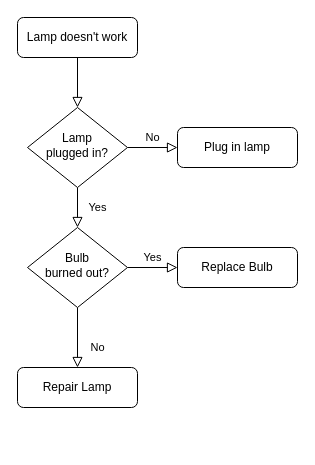
Above: 未命名绘图.drawio in chendong-1/draw (draw.io), before the change. Source tidied: cells renumbered, new cells numbered last; positions are measured from the earlier drawing's top-left corner, leaving out a move shared by most shapes. Both pictures are drawn from the tidied source at 100%, with x=0, y=0 at pixel (17, 17).
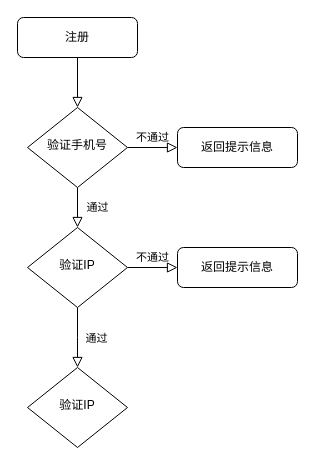
The same page after the edit.

What changed in the source:
```diff
@@
 <mxGraphModel>
   <root>
     <mxCell id="0" />
     <mxCell id="1" parent="0" />
     <mxCell id="2" style="rounded=0;html=1;jettySize=auto;fontSize=11;endArrow=block;endFill=0;endSize=8;strokeWidth=1;shadow=0;labelBackgroundColor=none;edgeStyle=orthogonalEdgeStyle;" parent="1" edge="1" source="3" target="6">
       <mxGeometry relative="1" as="geometry" />
     </mxCell>
-    <mxCell id="3" value="Lamp doesn't work" style="rounded=1;whiteSpace=wrap;html=1;fontSize=12;glass=0;strokeWidth=1;shadow=0;" parent="1" vertex="1">
+    <mxCell id="3" value="注册" style="rounded=1;whiteSpace=wrap;html=1;fontSize=12;glass=0;strokeWidth=1;shadow=0;" parent="1" vertex="1">
       <mxGeometry width="120" height="40" as="geometry" />
     </mxCell>
-    <mxCell id="4" value="Yes" style="rounded=0;html=1;jettySize=auto;fontSize=11;endArrow=block;endFill=0;endSize=8;strokeWidth=1;shadow=0;labelBackgroundColor=none;edgeStyle=orthogonalEdgeStyle;" parent="1" edge="1" source="6" target="10">
+    <mxCell id="4" value="通过" style="rounded=0;html=1;jettySize=auto;fontSize=11;endArrow=block;endFill=0;endSize=8;strokeWidth=1;shadow=0;labelBackgroundColor=none;edgeStyle=orthogonalEdgeStyle;" parent="1" edge="1" source="6" target="10">
       <mxGeometry y="20" relative="1" as="geometry" />
     </mxCell>
-    <mxCell id="5" value="No" style="edgeStyle=orthogonalEdgeStyle;rounded=0;html=1;jettySize=auto;fontSize=11;endArrow=block;endFill=0;endSize=8;strokeWidth=1;shadow=0;labelBackgroundColor=none;" parent="1" edge="1" source="6" target="7">
+    <mxCell id="5" value="不通过" style="edgeStyle=orthogonalEdgeStyle;rounded=0;html=1;jettySize=auto;fontSize=11;endArrow=block;endFill=0;endSize=8;strokeWidth=1;shadow=0;labelBackgroundColor=none;" parent="1" edge="1" source="6" target="7">
       <mxGeometry y="10" relative="1" as="geometry" />
     </mxCell>
-    <mxCell id="6" value="Lamp&lt;br&gt;plugged in?" style="rhombus;whiteSpace=wrap;html=1;shadow=0;fontFamily=Helvetica;fontSize=12;align=center;strokeWidth=1;spacing=6;spacingTop=-4;" parent="1" vertex="1">
+    <mxCell id="6" value="验证手机号" style="rhombus;whiteSpace=wrap;html=1;shadow=0;fontFamily=Helvetica;fontSize=12;align=center;strokeWidth=1;spacing=6;spacingTop=-4;" parent="1" vertex="1">
       <mxGeometry x="10" y="90" width="100" height="80" as="geometry" />
     </mxCell>
-    <mxCell id="7" value="Plug in lamp" style="rounded=1;whiteSpace=wrap;html=1;fontSize=12;glass=0;strokeWidth=1;shadow=0;" parent="1" vertex="1">
+    <mxCell id="7" value="返回提示信息" style="rounded=1;whiteSpace=wrap;html=1;fontSize=12;glass=0;strokeWidth=1;shadow=0;" parent="1" vertex="1">
       <mxGeometry x="160" y="110" width="120" height="40" as="geometry" />
     </mxCell>
-    <mxCell id="8" value="No" style="rounded=0;html=1;jettySize=auto;fontSize=11;endArrow=block;endFill=0;endSize=8;strokeWidth=1;shadow=0;labelBackgroundColor=none;edgeStyle=orthogonalEdgeStyle;" parent="1" edge="1" source="10" target="11">
-      <mxGeometry x="0.33" y="20" relative="1" as="geometry" />
+    <mxCell id="8" value="通过" style="rounded=0;html=1;jettySize=auto;fontSize=11;endArrow=block;endFill=0;endSize=8;strokeWidth=1;shadow=0;labelBackgroundColor=none;edgeStyle=orthogonalEdgeStyle;" parent="1" edge="1" source="10">
+      <mxGeometry x="0.01" y="19" relative="1" as="geometry">
+        <mxPoint x="60" y="350" as="targetPoint" />
+      </mxGeometry>
     </mxCell>
-    <mxCell id="9" value="Yes" style="edgeStyle=orthogonalEdgeStyle;rounded=0;html=1;jettySize=auto;fontSize=11;endArrow=block;endFill=0;endSize=8;strokeWidth=1;shadow=0;labelBackgroundColor=none;" parent="1" edge="1" source="10" target="12">
+    <mxCell id="9" value="不通过" style="edgeStyle=orthogonalEdgeStyle;rounded=0;html=1;jettySize=auto;fontSize=11;endArrow=block;endFill=0;endSize=8;strokeWidth=1;shadow=0;labelBackgroundColor=none;" parent="1" edge="1" source="10" target="12">
       <mxGeometry y="10" relative="1" as="geometry" />
     </mxCell>
-    <mxCell id="10" value="Bulb&lt;br&gt;burned out?" style="rhombus;whiteSpace=wrap;html=1;shadow=0;fontFamily=Helvetica;fontSize=12;align=center;strokeWidth=1;spacing=6;spacingTop=-4;" parent="1" vertex="1">
+    <mxCell id="10" value="验证IP" style="rhombus;whiteSpace=wrap;html=1;shadow=0;fontFamily=Helvetica;fontSize=12;align=center;strokeWidth=1;spacing=6;spacingTop=-4;" parent="1" vertex="1">
       <mxGeometry x="10" y="210" width="100" height="80" as="geometry" />
     </mxCell>
-    <mxCell id="11" value="Repair Lamp" style="rounded=1;whiteSpace=wrap;html=1;fontSize=12;glass=0;strokeWidth=1;shadow=0;" parent="1" vertex="1">
-      <mxGeometry y="350" width="120" height="40" as="geometry" />
-    </mxCell>
-    <mxCell id="12" value="Replace Bulb" style="rounded=1;whiteSpace=wrap;html=1;fontSize=12;glass=0;strokeWidth=1;shadow=0;" parent="1" vertex="1">
+    <mxCell id="12" value="返回提示信息" style="rounded=1;whiteSpace=wrap;html=1;fontSize=12;glass=0;strokeWidth=1;shadow=0;" parent="1" vertex="1">
       <mxGeometry x="160" y="230" width="120" height="40" as="geometry" />
     </mxCell>
+    <mxCell id="13" value="验证IP" style="rhombus;whiteSpace=wrap;html=1;shadow=0;fontFamily=Helvetica;fontSize=12;align=center;strokeWidth=1;spacing=6;spacingTop=-4;" parent="1" vertex="1">
+      <mxGeometry x="10" y="350" width="100" height="80" as="geometry" />
+    </mxCell>
   </root>
 </mxGraphModel>
```
